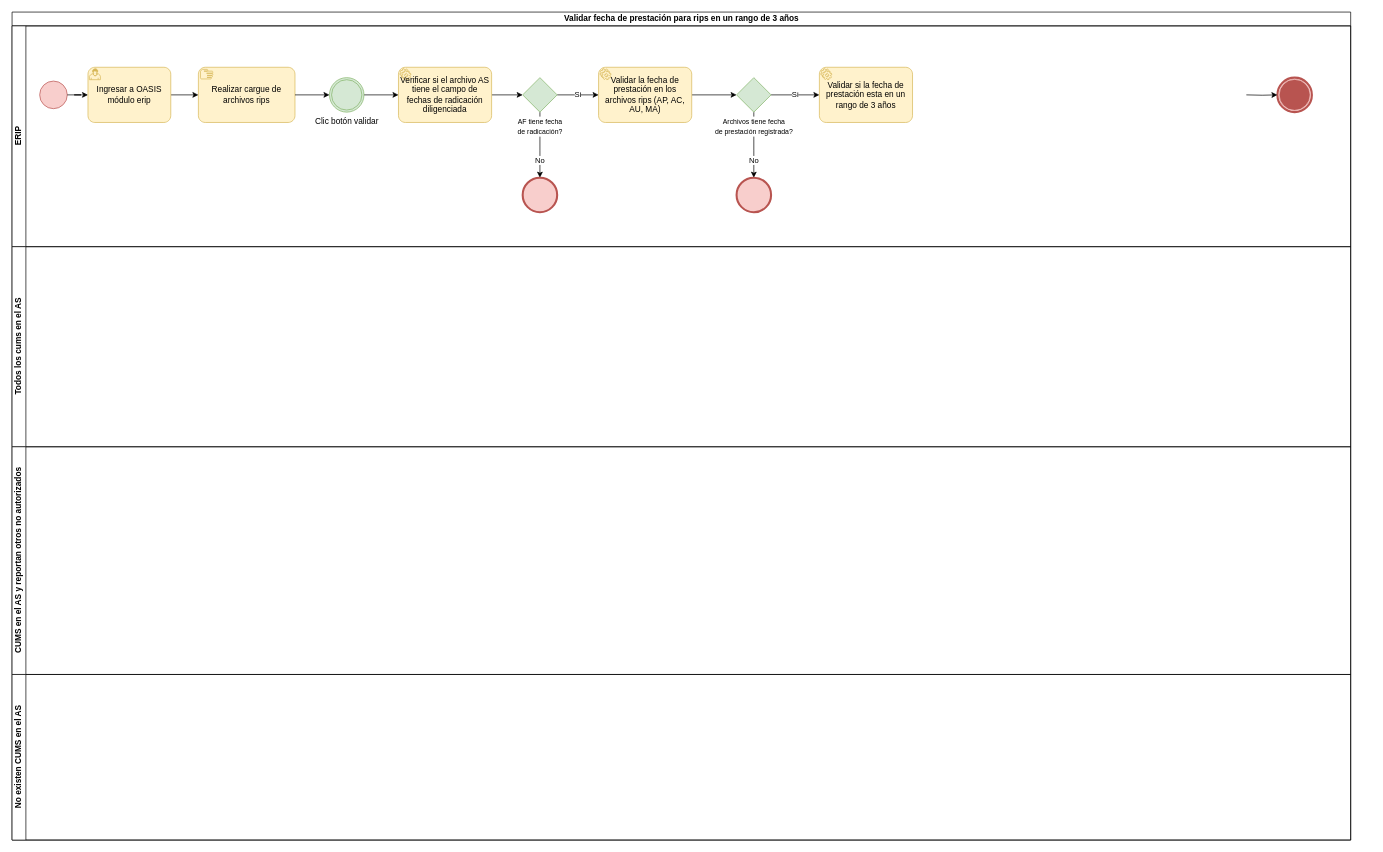
Above: Rips con fecha de prestación dentro de 3 años.drawio in kevinjporto/Diagramas-de-procesos (draw.io), before the change. Source tidied: cells renumbered, new cells numbered last; positions are measured from the earlier drawing's top-left corner, leaving out a move shared by most shapes. Both pictures are drawn from the tidied source at 69%, with x=0, y=0 at pixel (12, 12).
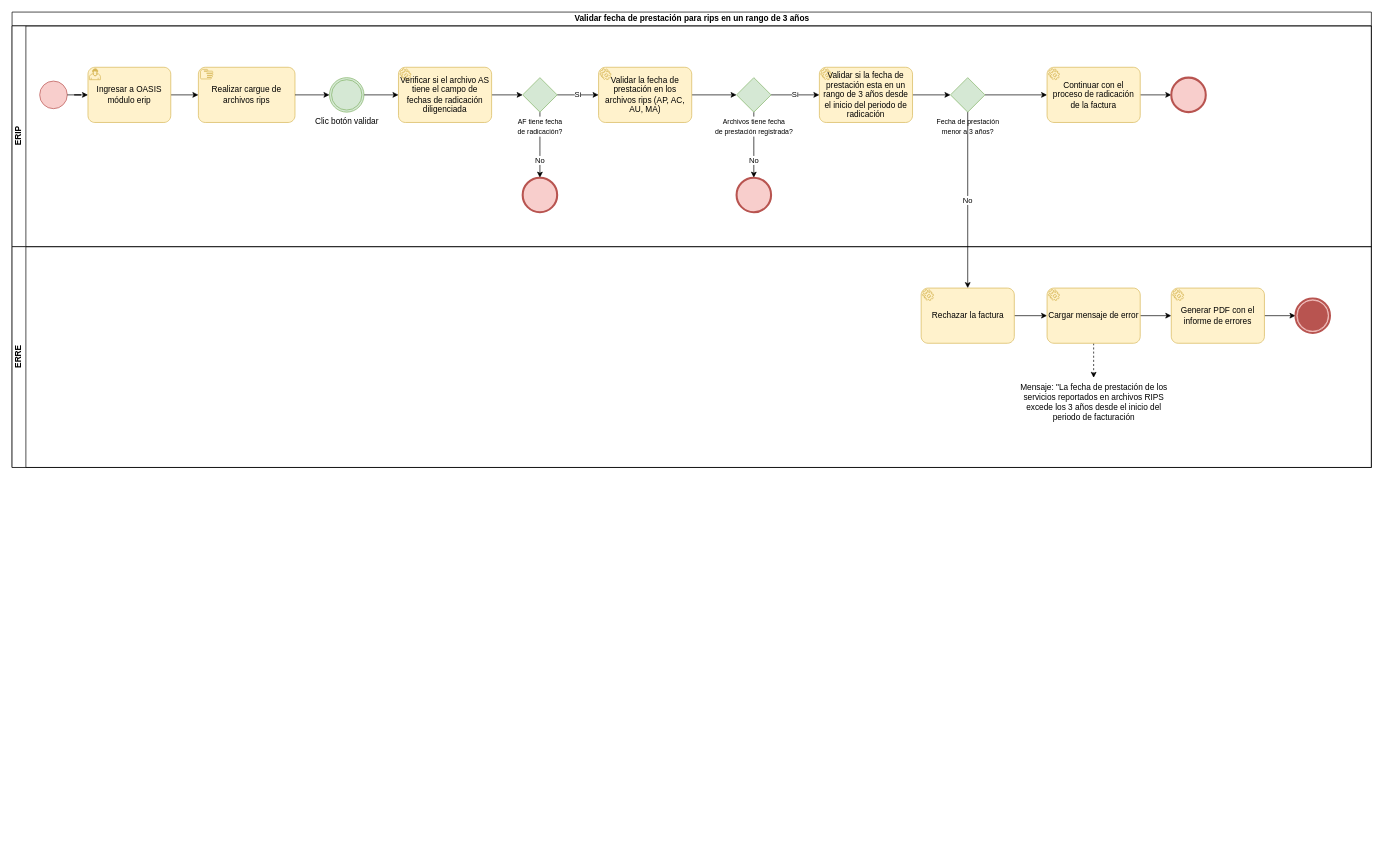
After the change.

Diff of the diagram source:
```diff
@@
     <mxCell id="2" value="Validar fecha de prestación para rips en un rango de 3 años" style="swimlane;horizontal=1;startSize=20;html=1;" parent="1" vertex="1">
-      <mxGeometry width="1940" height="1200" as="geometry" />
+      <mxGeometry width="1970" height="660" as="geometry" />
     </mxCell>
     <mxCell id="3" value="ERIP" style="swimlane;startSize=20;horizontal=0;html=1;" parent="2" vertex="1">
-      <mxGeometry y="20" width="1940" height="320" as="geometry" />
+      <mxGeometry y="20" width="1970" height="320" as="geometry" />
     </mxCell>
@@
-    <mxCell id="11" style="points=[[0.145,0.145,0],[0.5,0,0],[0.855,0.145,0],[1,0.5,0],[0.855,0.855,0],[0.5,1,0],[0.145,0.855,0],[0,0.5,0]];shape=mxgraph.bpmn.event;html=1;verticalLabelPosition=bottom;labelBackgroundColor=#ffffff;verticalAlign=top;align=center;perimeter=ellipsePerimeter;outlineConnect=0;outline=end;symbol=terminate;fillColor=#f8cecc;strokeColor=#b85450;" parent="3" vertex="1">
-      <mxGeometry x="1833.8" y="75" width="50" height="50" as="geometry" />
-    </mxCell>
-    <mxCell id="12" style="edgeStyle=orthogonalEdgeStyle;rounded=0;jettySize=auto;html=1;" parent="3" edge="1" target="11">
-      <mxGeometry relative="1" as="geometry">
-        <mxPoint x="1788.8" y="100" as="sourcePoint" />
-      </mxGeometry>
-    </mxCell>
@@
+    <mxCell id="30" style="edgeStyle=orthogonalEdgeStyle;rounded=0;jettySize=auto;html=1;" parent="3" edge="1" source="26" target="32">
+      <mxGeometry relative="1" as="geometry" />
+    </mxCell>
-    <mxCell id="26" value="Validar si la fecha de prestación esta en un rango de 3 años" style="points=[[0.25,0,0],[0.5,0,0],[0.75,0,0],[1,0.25,0],[1,0.5,0],[1,0.75,0],[0.75,1,0],[0.5,1,0],[0.25,1,0],[0,0.75,0],[0,0.5,0],[0,0.25,0]];shape=mxgraph.bpmn.task;whiteSpace=wrap;rectStyle=rounded;size=10;html=1;taskMarker=service;fillColor=#fff2cc;strokeColor=#d6b656;" parent="3" vertex="1">
+    <mxCell id="26" value="Validar si la fecha de prestación esta en un rango de 3 años desde el inicio del periodo de radicación" style="points=[[0.25,0,0],[0.5,0,0],[0.75,0,0],[1,0.25,0],[1,0.5,0],[1,0.75,0],[0.75,1,0],[0.5,1,0],[0.25,1,0],[0,0.75,0],[0,0.5,0],[0,0.25,0]];shape=mxgraph.bpmn.task;whiteSpace=wrap;rectStyle=rounded;size=10;html=1;taskMarker=service;fillColor=#fff2cc;strokeColor=#d6b656;" parent="3" vertex="1">
       <mxGeometry x="1170" y="60" width="135" height="80" as="geometry" />
     </mxCell>
+    <mxCell id="31" style="edgeStyle=orthogonalEdgeStyle;rounded=0;jettySize=auto;html=1;" parent="3" edge="1" source="32" target="34">
+      <mxGeometry relative="1" as="geometry" />
+    </mxCell>
+    <mxCell id="32" value="&lt;font size=&quot;1&quot;&gt;Fecha de prestación&lt;br&gt;menor a 3 años?&lt;br&gt;&lt;/font&gt;" style="points=[[0.25,0.25,0],[0.5,0,0],[0.75,0.25,0],[1,0.5,0],[0.75,0.75,0],[0.5,1,0],[0.25,0.75,0],[0,0.5,0]];shape=mxgraph.bpmn.gateway2;html=1;verticalLabelPosition=bottom;labelBackgroundColor=#ffffff;verticalAlign=top;align=center;perimeter=rhombusPerimeter;outlineConnect=0;outline=none;symbol=none;fillColor=#d5e8d4;strokeColor=#82b366;" parent="3" vertex="1">
+      <mxGeometry x="1360" y="75" width="50" height="50" as="geometry" />
+    </mxCell>
+    <mxCell id="33" style="edgeStyle=orthogonalEdgeStyle;rounded=0;jettySize=auto;html=1;" parent="3" edge="1" source="34" target="35">
+      <mxGeometry relative="1" as="geometry" />
+    </mxCell>
+    <mxCell id="34" value="Continuar con el proceso de radicación de la factura" style="points=[[0.25,0,0],[0.5,0,0],[0.75,0,0],[1,0.25,0],[1,0.5,0],[1,0.75,0],[0.75,1,0],[0.5,1,0],[0.25,1,0],[0,0.75,0],[0,0.5,0],[0,0.25,0]];shape=mxgraph.bpmn.task;whiteSpace=wrap;rectStyle=rounded;size=10;html=1;taskMarker=service;fillColor=#fff2cc;strokeColor=#d6b656;" parent="3" vertex="1">
+      <mxGeometry x="1500" y="60" width="135" height="80" as="geometry" />
+    </mxCell>
+    <mxCell id="35" style="points=[[0.145,0.145,0],[0.5,0,0],[0.855,0.145,0],[1,0.5,0],[0.855,0.855,0],[0.5,1,0],[0.145,0.855,0],[0,0.5,0]];shape=mxgraph.bpmn.event;html=1;verticalLabelPosition=bottom;labelBackgroundColor=#ffffff;verticalAlign=top;align=center;perimeter=ellipsePerimeter;outlineConnect=0;outline=end;symbol=terminate2;fillColor=#f8cecc;strokeColor=#b85450;" parent="3" vertex="1">
+      <mxGeometry x="1680" y="75" width="50" height="50" as="geometry" />
+    </mxCell>
-    <mxCell id="27" value="Todos los cums en el AS" style="swimlane;startSize=20;horizontal=0;html=1;" parent="2" vertex="1">
-      <mxGeometry y="340" width="1940" height="290" as="geometry" />
+    <mxCell id="27" value="ERRE" style="swimlane;startSize=20;horizontal=0;html=1;" parent="2" vertex="1">
+      <mxGeometry y="340" width="1970" height="320" as="geometry" />
     </mxCell>
-    <mxCell id="28" value="CUMS en el AS y reportan otros no autorizados" style="swimlane;startSize=20;horizontal=0;html=1;" parent="2" vertex="1">
-      <mxGeometry y="630" width="1940" height="330" as="geometry" />
-    </mxCell>
-    <mxCell id="29" value="No existen CUMS en el AS" style="swimlane;startSize=20;horizontal=0;html=1;" parent="2" vertex="1">
-      <mxGeometry y="960" width="1940" height="240" as="geometry" />
-    </mxCell>
+    <mxCell id="36" style="edgeStyle=orthogonalEdgeStyle;rounded=0;jettySize=auto;html=1;" parent="27" edge="1" source="37" target="40">
+      <mxGeometry relative="1" as="geometry" />
+    </mxCell>
+    <mxCell id="37" value="Rechazar la factura" style="points=[[0.25,0,0],[0.5,0,0],[0.75,0,0],[1,0.25,0],[1,0.5,0],[1,0.75,0],[0.75,1,0],[0.5,1,0],[0.25,1,0],[0,0.75,0],[0,0.5,0],[0,0.25,0]];shape=mxgraph.bpmn.task;whiteSpace=wrap;rectStyle=rounded;size=10;html=1;taskMarker=service;fillColor=#fff2cc;strokeColor=#d6b656;" parent="27" vertex="1">
+      <mxGeometry x="1317.5" y="60" width="135" height="80" as="geometry" />
+    </mxCell>
+    <mxCell id="38" style="edgeStyle=orthogonalEdgeStyle;rounded=0;jettySize=auto;html=1;entryX=0.5;entryY=0;entryDx=0;entryDy=0;dashed=1;" parent="27" edge="1" source="40" target="41">
+      <mxGeometry relative="1" as="geometry" />
+    </mxCell>
+    <mxCell id="39" style="edgeStyle=orthogonalEdgeStyle;rounded=0;jettySize=auto;html=1;" parent="27" edge="1" source="40" target="43">
+      <mxGeometry relative="1" as="geometry" />
+    </mxCell>
+    <mxCell id="40" value="Cargar mensaje de error" style="points=[[0.25,0,0],[0.5,0,0],[0.75,0,0],[1,0.25,0],[1,0.5,0],[1,0.75,0],[0.75,1,0],[0.5,1,0],[0.25,1,0],[0,0.75,0],[0,0.5,0],[0,0.25,0]];shape=mxgraph.bpmn.task;whiteSpace=wrap;rectStyle=rounded;size=10;html=1;taskMarker=service;fillColor=#fff2cc;strokeColor=#d6b656;" parent="27" vertex="1">
+      <mxGeometry x="1500" y="60" width="135" height="80" as="geometry" />
+    </mxCell>
+    <mxCell id="41" value="Mensaje: &quot;La fecha de prestación de los servicios reportados en archivos RIPS excede los 3 años desde el inicio del periodo de facturación" style="text;html=1;strokeColor=none;fillColor=none;align=center;verticalAlign=middle;whiteSpace=wrap;rounded=0;" parent="27" vertex="1">
+      <mxGeometry x="1457.5" y="190" width="220" height="70" as="geometry" />
+    </mxCell>
+    <mxCell id="42" style="edgeStyle=orthogonalEdgeStyle;rounded=0;jettySize=auto;html=1;entryX=0;entryY=0.5;entryDx=0;entryDy=0;entryPerimeter=0;" parent="27" edge="1" source="43" target="11">
+      <mxGeometry relative="1" as="geometry" />
+    </mxCell>
+    <mxCell id="43" value="Generar PDF con el informe de errores" style="points=[[0.25,0,0],[0.5,0,0],[0.75,0,0],[1,0.25,0],[1,0.5,0],[1,0.75,0],[0.75,1,0],[0.5,1,0],[0.25,1,0],[0,0.75,0],[0,0.5,0],[0,0.25,0]];shape=mxgraph.bpmn.task;whiteSpace=wrap;rectStyle=rounded;size=10;html=1;taskMarker=service;fillColor=#fff2cc;strokeColor=#d6b656;" parent="27" vertex="1">
+      <mxGeometry x="1680" y="60" width="135" height="80" as="geometry" />
+    </mxCell>
+    <mxCell id="11" style="points=[[0.145,0.145,0],[0.5,0,0],[0.855,0.145,0],[1,0.5,0],[0.855,0.855,0],[0.5,1,0],[0.145,0.855,0],[0,0.5,0]];shape=mxgraph.bpmn.event;html=1;verticalLabelPosition=bottom;labelBackgroundColor=#ffffff;verticalAlign=top;align=center;perimeter=ellipsePerimeter;outlineConnect=0;outline=end;symbol=terminate;fillColor=#f8cecc;strokeColor=#b85450;" parent="27" vertex="1">
+      <mxGeometry x="1860" y="75" width="50" height="50" as="geometry" />
+    </mxCell>
+    <mxCell id="44" value="No" style="edgeStyle=orthogonalEdgeStyle;rounded=0;jettySize=auto;html=1;entryX=0.5;entryY=0;entryDx=0;entryDy=0;entryPerimeter=0;" parent="2" edge="1" source="32" target="37">
+      <mxGeometry relative="1" as="geometry" />
+    </mxCell>
```
